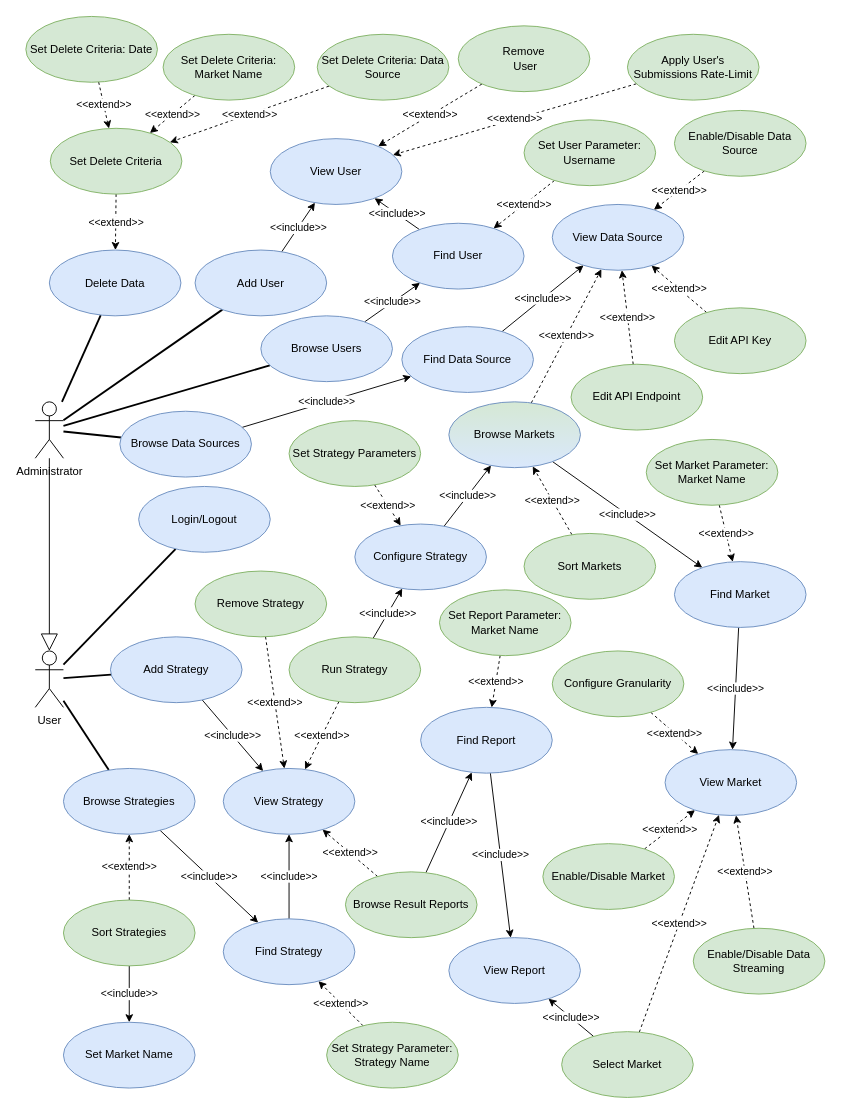
nferrante1/lsmsd2 keeps this draw.io diagram as drawio/usecases.drawio. Above is the earlier version. Source tidied: cells renumbered, new cells numbered last; positions are measured from the earlier drawing's top-left corner, leaving out a move shared by most shapes. Both pictures are drawn from the tidied source at 94%, with x=0, y=0 at pixel (25, 16).
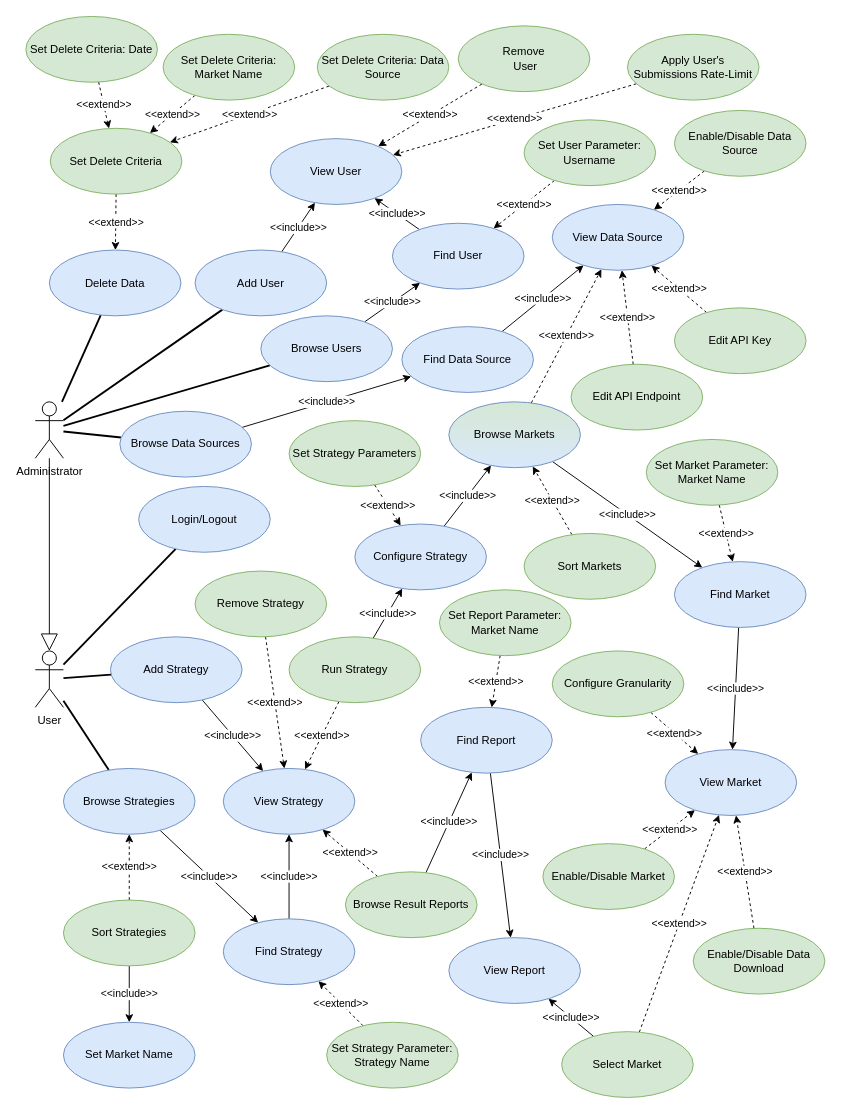
The same page after the edit.

Commit message:
s/Streaming/Download/

Diff of the diagram source:
```diff
@@
-    <mxCell id="45" value="Enable/Disable Data Streaming" style="ellipse;whiteSpace=wrap;html=1;fillColor=#d5e8d4;strokeColor=#82b366;" parent="1" vertex="1">
+    <mxCell id="45" value="Enable/Disable Data Download" style="ellipse;whiteSpace=wrap;html=1;fillColor=#d5e8d4;strokeColor=#82b366;" parent="1" vertex="1">
       <mxGeometry x="710" y="970" width="140" height="70" as="geometry" />
     </mxCell>
```
